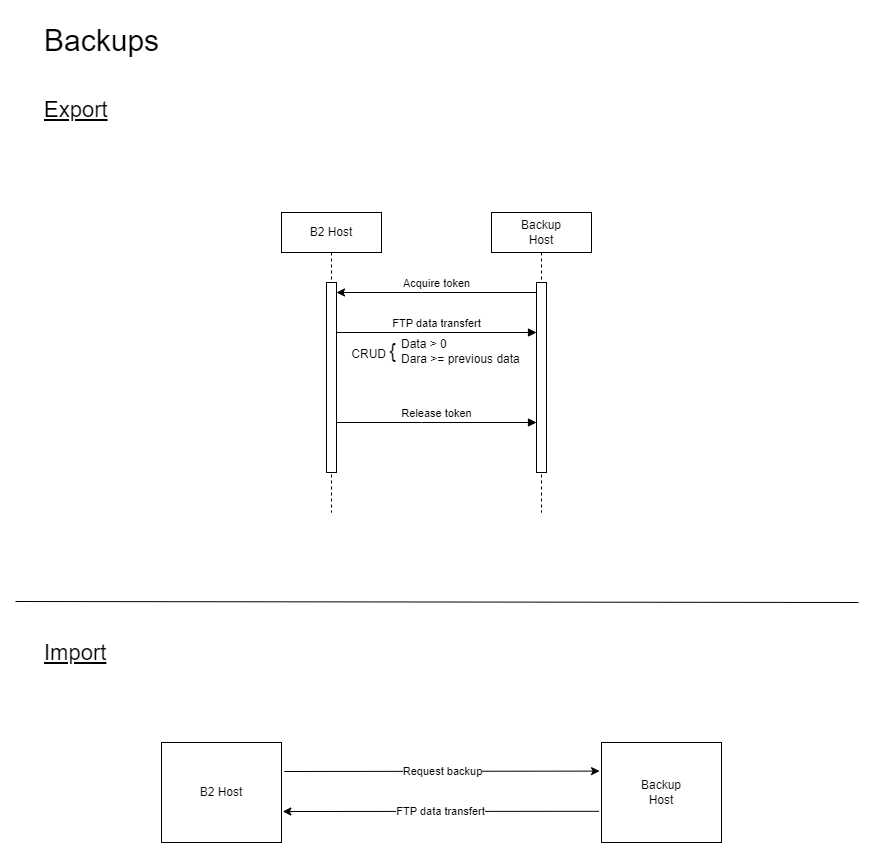
yesbabylon/b2 keeps this draw.io diagram as doc/Backups.png. Above is the earlier version. Source tidied: cells renumbered, new cells last; positions are measured from the earlier drawing's top-left corner, leaving out a move shared by most shapes.
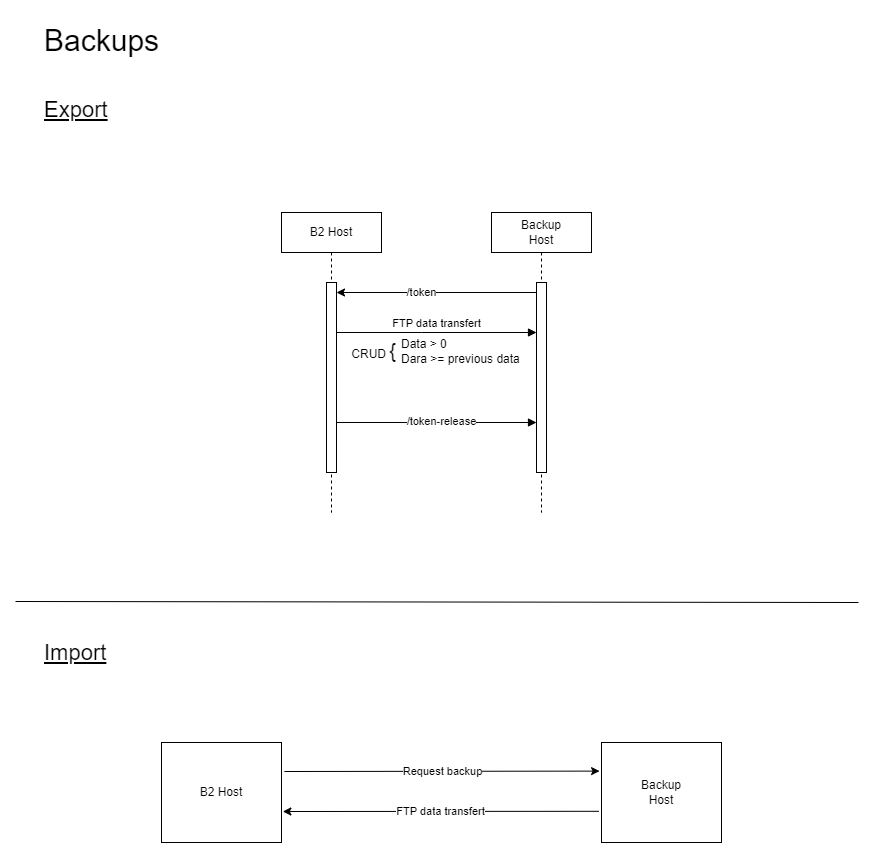
Above is the later version.

Diff of the diagram source:
```diff
@@ -14,13 +14,18 @@
     <mxCell id="5" style="html=1;points=[];perimeter=orthogonalPerimeter;outlineConnect=0;targetShapes=umlLifeline;portConstraint=eastwest;newEdgeStyle={&quot;edgeStyle&quot;:&quot;elbowEdgeStyle&quot;,&quot;elbow&quot;:&quot;vertical&quot;,&quot;curved&quot;:0,&quot;rounded&quot;:0};" parent="4" vertex="1">
       <mxGeometry x="45" y="70" width="10" height="190" as="geometry" />
     </mxCell>
-    <mxCell id="6" value="Acquire token" style="html=1;verticalAlign=bottom;endArrow=none;edgeStyle=elbowEdgeStyle;elbow=vertical;curved=0;rounded=0;startArrow=classic;startFill=1;endFill=0;" parent="1" edge="1" source="3" target="5">
+    <mxCell id="6" style="html=1;verticalAlign=bottom;endArrow=none;edgeStyle=elbowEdgeStyle;elbow=vertical;curved=0;rounded=0;startArrow=classic;startFill=1;endFill=0;" parent="1" edge="1" source="3" target="5">
       <mxGeometry relative="1" as="geometry">
         <Array as="points">
           <mxPoint x="406" y="277" />
         </Array>
       </mxGeometry>
     </mxCell>
+    <mxCell id="19" value="/token" style="edgeLabel;html=1;align=center;verticalAlign=middle;" parent="6" vertex="1">
+      <mxGeometry x="0.04" relative="1" as="geometry">
+        <mxPoint x="-19" as="offset" />
+      </mxGeometry>
+    </mxCell>
     <mxCell id="7" value="FTP data transfert" style="html=1;verticalAlign=bottom;endArrow=block;edgeStyle=elbowEdgeStyle;elbow=vertical;curved=0;rounded=0;" parent="1" edge="1" target="5">
       <mxGeometry relative="1" as="geometry">
         <mxPoint x="321" y="317" as="sourcePoint" />
@@ -35,14 +40,19 @@
     <mxCell id="9" value="Data &amp;gt; 0&lt;br&gt;&lt;div style=&quot;&quot;&gt;&lt;span style=&quot;background-color: initial;&quot;&gt;Dara &amp;gt;= previous data&lt;/span&gt;&lt;/div&gt;" style="text;html=1;align=left;verticalAlign=middle;strokeColor=none;fillColor=none;" parent="1" vertex="1">
       <mxGeometry x="384" y="316" width="140" height="40" as="geometry" />
     </mxCell>
-    <mxCell id="10" value="Release token" style="html=1;verticalAlign=bottom;endArrow=block;edgeStyle=elbowEdgeStyle;elbow=vertical;curved=0;rounded=0;" parent="1" edge="1" target="5">
-      <mxGeometry relative="1" as="geometry">
+    <mxCell id="10" style="html=1;verticalAlign=bottom;endArrow=block;edgeStyle=elbowEdgeStyle;elbow=vertical;curved=0;rounded=0;" parent="1" edge="1" target="5">
+      <mxGeometry x="-0.05" y="10" relative="1" as="geometry">
         <mxPoint x="321" y="407" as="sourcePoint" />
         <Array as="points">
           <mxPoint x="406" y="407" />
         </Array>
       </mxGeometry>
     </mxCell>
+    <mxCell id="20" value="/token-release" style="edgeLabel;html=1;align=center;verticalAlign=middle;" parent="10" vertex="1">
+      <mxGeometry x="0.03" y="1" relative="1" as="geometry">
+        <mxPoint x="2" as="offset" />
+      </mxGeometry>
+    </mxCell>
     <mxCell id="11" value="&lt;font style=&quot;font-size: 30px;&quot;&gt;Backups&lt;/font&gt;" style="text;html=1;align=left;verticalAlign=middle;strokeColor=none;fillColor=none;" parent="1" vertex="1">
       <mxGeometry x="27" width="140" height="50" as="geometry" />
     </mxCell>
```
